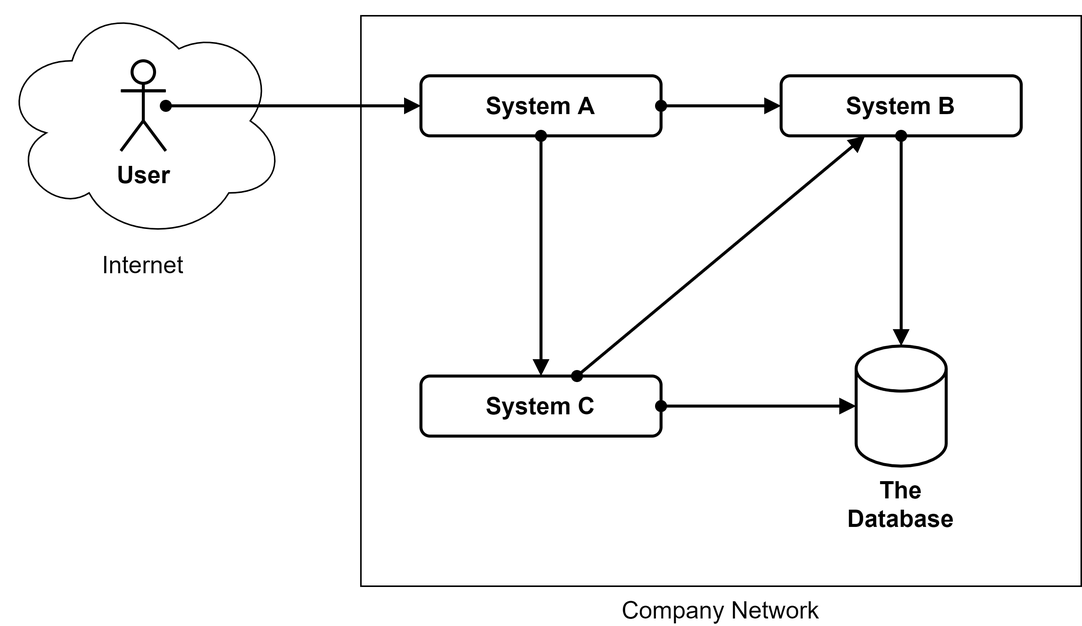
martinleggewie/visual-tips-for-creating-schematic-diagrams keeps this draw.io diagram as diagrams/example-systemdiagram_reduced-to-the-max.png. Above is the earlier version. Source tidied: cells renumbered, new cells last; positions are measured from the earlier drawing's top-left corner, leaving out a move shared by most shapes.
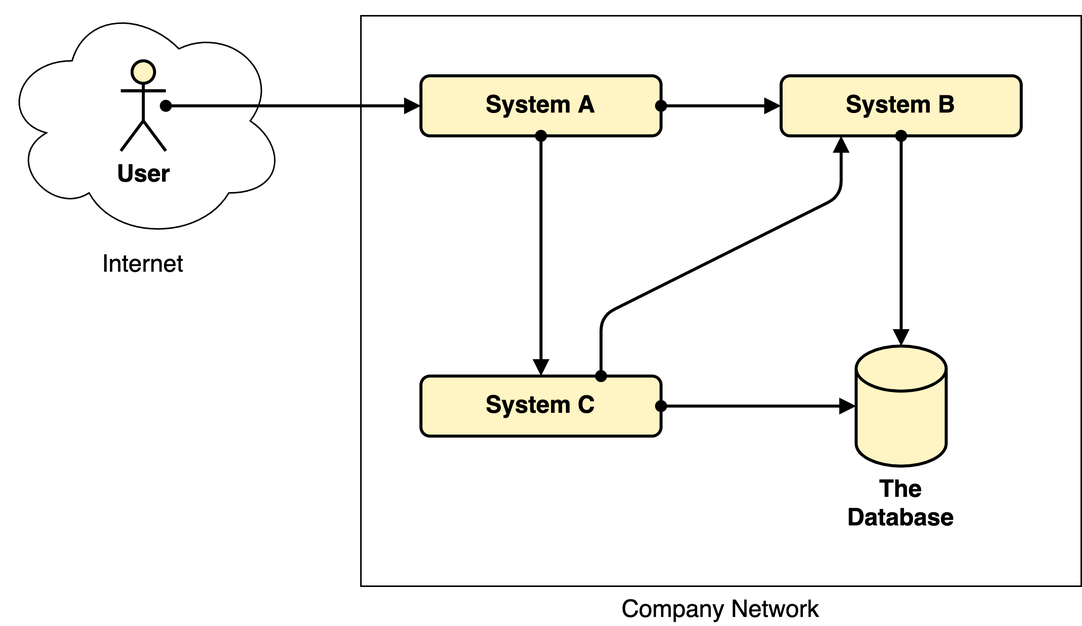
The same diagram one commit later.

Commit message:
changed introduction text, changed example diagram

The edit, as a diff of the source:
```diff
@@ -8,10 +8,10 @@
     <mxCell id="3" value="Company Network" style="rounded=0;whiteSpace=wrap;html=1;strokeWidth=1;fontSize=16;verticalAlign=top;labelPosition=center;verticalLabelPosition=bottom;align=center;" parent="1" vertex="1">
       <mxGeometry x="240" y="10" width="480" height="380" as="geometry" />
     </mxCell>
-    <mxCell id="4" value="System A" style="rounded=1;whiteSpace=wrap;html=1;strokeWidth=2;fontSize=16;fontStyle=1;" parent="1" vertex="1">
+    <mxCell id="4" value="System A" style="rounded=1;whiteSpace=wrap;html=1;strokeWidth=2;fontSize=16;fontStyle=1;fillColor=#FFF4C3;" parent="1" vertex="1">
       <mxGeometry x="280" y="50" width="160" height="40" as="geometry" />
     </mxCell>
-    <mxCell id="5" value="System B" style="rounded=1;whiteSpace=wrap;html=1;strokeWidth=2;fontSize=16;fontStyle=1;" parent="1" vertex="1">
+    <mxCell id="5" value="System B" style="rounded=1;whiteSpace=wrap;html=1;strokeWidth=2;fontSize=16;fontStyle=1;fillColor=#FFF4C3;" parent="1" vertex="1">
       <mxGeometry x="520" y="50" width="160" height="40" as="geometry" />
     </mxCell>
     <mxCell id="6" style="rounded=0;jettySize=auto;html=1;fontSize=16;endArrow=block;endFill=1;startArrow=oval;startFill=1;strokeWidth=2;" parent="1" edge="1" source="4" target="5">
@@ -20,13 +20,13 @@
     <mxCell id="7" style="edgeStyle=none;rounded=0;jettySize=auto;html=1;startArrow=oval;startFill=1;endArrow=block;endFill=1;strokeWidth=2;fontSize=16;" parent="1" edge="1" source="8" target="4">
       <mxGeometry relative="1" as="geometry" />
     </mxCell>
-    <mxCell id="8" value="User" style="shape=umlActor;verticalLabelPosition=bottom;verticalAlign=top;html=1;outlineConnect=0;fontSize=16;strokeWidth=2;fontStyle=1;" parent="1" vertex="1">
+    <mxCell id="8" value="User" style="shape=umlActor;verticalLabelPosition=bottom;verticalAlign=top;html=1;outlineConnect=0;fontSize=16;strokeWidth=2;fontStyle=1;fillColor=#FFF4C3;" parent="1" vertex="1">
       <mxGeometry x="80" y="40" width="30" height="60" as="geometry" />
     </mxCell>
-    <mxCell id="9" value="The Database" style="shape=cylinder3;whiteSpace=wrap;html=1;boundedLbl=1;backgroundOutline=1;size=15;strokeWidth=2;fontSize=16;verticalAlign=top;labelPosition=center;verticalLabelPosition=bottom;align=center;fontStyle=1;" parent="1" vertex="1">
+    <mxCell id="9" value="The Database" style="shape=cylinder3;whiteSpace=wrap;html=1;boundedLbl=1;backgroundOutline=1;size=15;strokeWidth=2;fontSize=16;verticalAlign=top;labelPosition=center;verticalLabelPosition=bottom;align=center;fontStyle=1;fillColor=#FFF4C3;" parent="1" vertex="1">
       <mxGeometry x="570" y="230" width="60" height="80" as="geometry" />
     </mxCell>
-    <mxCell id="10" value="System C" style="rounded=1;whiteSpace=wrap;html=1;strokeWidth=2;fontSize=16;fontStyle=1;" parent="1" vertex="1">
+    <mxCell id="10" value="System C" style="rounded=1;whiteSpace=wrap;html=1;strokeWidth=2;fontSize=16;fontStyle=1;fillColor=#FFF4C3;" parent="1" vertex="1">
       <mxGeometry x="280" y="250" width="160" height="40" as="geometry" />
     </mxCell>
     <mxCell id="11" style="edgeStyle=none;rounded=0;jettySize=auto;html=1;startArrow=oval;startFill=1;endArrow=block;endFill=1;strokeWidth=2;fontSize=16;" parent="1" edge="1" source="10" target="9">
@@ -38,8 +38,13 @@
     <mxCell id="13" style="edgeStyle=none;rounded=0;jettySize=auto;html=1;startArrow=oval;startFill=1;endArrow=block;endFill=1;strokeWidth=2;fontSize=16;" parent="1" edge="1" source="5" target="9">
       <mxGeometry relative="1" as="geometry" />
     </mxCell>
-    <mxCell id="14" style="edgeStyle=none;rounded=0;jettySize=auto;html=1;startArrow=oval;startFill=1;endArrow=block;endFill=1;strokeWidth=2;fontSize=16;" parent="1" edge="1" source="10" target="5">
-      <mxGeometry relative="1" as="geometry" />
+    <mxCell id="14" style="jettySize=auto;html=1;startArrow=oval;startFill=1;endArrow=block;endFill=1;strokeWidth=2;fontSize=16;exitX=0.75;exitY=0;exitDx=0;exitDy=0;entryX=0.25;entryY=1;entryDx=0;entryDy=0;rounded=1;elbow=vertical;jumpStyle=none;sketch=0;shadow=0;comic=0;arcSize=20;" parent="1" edge="1" source="10" target="5">
+      <mxGeometry relative="1" as="geometry">
+        <Array as="points">
+          <mxPoint x="400" y="210" />
+          <mxPoint x="560" y="130" />
+        </Array>
+      </mxGeometry>
     </mxCell>
   </root>
 </mxGraphModel>
```
